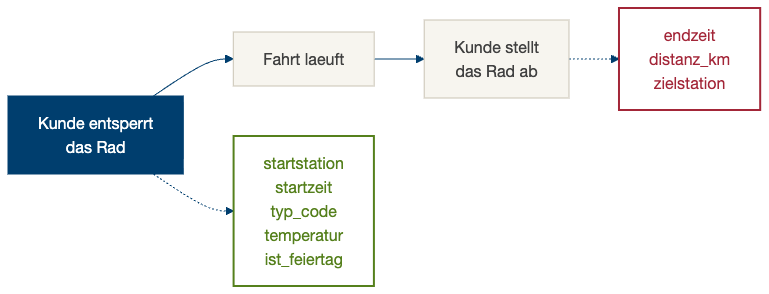
Above: slides/assets/nb1-leakage.png in swrobuts/velocity-fallstudie (Mermaid), before the change. Its source is kept beside it as doku/analytics/diagramme/nb1-leakage.mmd. Its diagram source:
```mermaid
flowchart LR
    A["Kunde entsperrt<br/>das Rad"]:::jetzt
    B["Fahrt laeuft"]:::spaeter
    C["Kunde stellt<br/>das Rad ab"]:::spaeter

    A --> B --> C

    A -.-> V1["startstation<br/>startzeit<br/>typ_code<br/>temperatur<br/>ist_feiertag"]:::erlaubt
    C -.-> V2["endzeit<br/>distanz_km<br/>zielstation"]:::verboten

    classDef jetzt fill:#003E6E,stroke:#003E6E,color:#FFFFFF
    classDef spaeter fill:#F7F5EF,stroke:#C9C3B4,color:#404040
    classDef erlaubt fill:#FFFFFF,stroke:#55801C,stroke-width:2px,color:#55801C
    classDef verboten fill:#FFFFFF,stroke:#A32638,stroke-width:2px,color:#A32638
```
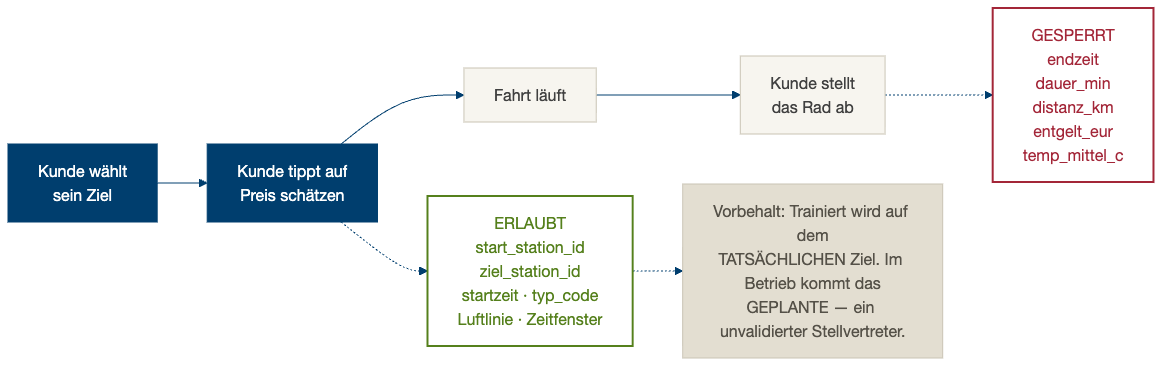
Later version of the same file.

The edit, as a diff of the source:
```diff
@@ -1,14 +1,18 @@
 flowchart LR
-    A["Kunde entsperrt<br/>das Rad"]:::jetzt
-    B["Fahrt laeuft"]:::spaeter
-    C["Kunde stellt<br/>das Rad ab"]:::spaeter
+    A["Kunde wählt<br/>sein Ziel"]:::jetzt
+    B["Kunde tippt auf<br/>Preis schätzen"]:::jetzt
+    C["Fahrt läuft"]:::spaeter
+    D["Kunde stellt<br/>das Rad ab"]:::spaeter
 
-    A --> B --> C
+    A --> B --> C --> D
 
-    A -.-> V1["startstation<br/>startzeit<br/>typ_code<br/>temperatur<br/>ist_feiertag"]:::erlaubt
-    C -.-> V2["endzeit<br/>distanz_km<br/>zielstation"]:::verboten
+    B -.-> V1["ERLAUBT<br/>start_station_id<br/>ziel_station_id<br/>startzeit · typ_code<br/>Luftlinie · Zeitfenster"]:::erlaubt
+    D -.-> V2["GESPERRT<br/>endzeit<br/>dauer_min<br/>distanz_km<br/>entgelt_eur<br/>temp_mittel_c"]:::verboten
+
+    V1 -.-> H["Vorbehalt: Trainiert wird auf dem<br/>TATSÄCHLICHEN Ziel. Im Betrieb kommt das<br/>GEPLANTE — ein unvalidierter Stellvertreter."]:::hinweis
 
     classDef jetzt fill:#003E6E,stroke:#003E6E,color:#FFFFFF
     classDef spaeter fill:#F7F5EF,stroke:#C9C3B4,color:#404040
     classDef erlaubt fill:#FFFFFF,stroke:#55801C,stroke-width:2px,color:#55801C
     classDef verboten fill:#FFFFFF,stroke:#A32638,stroke-width:2px,color:#A32638
+    classDef hinweis fill:#E3DED1,stroke:#C9C3B4,color:#555148
```
